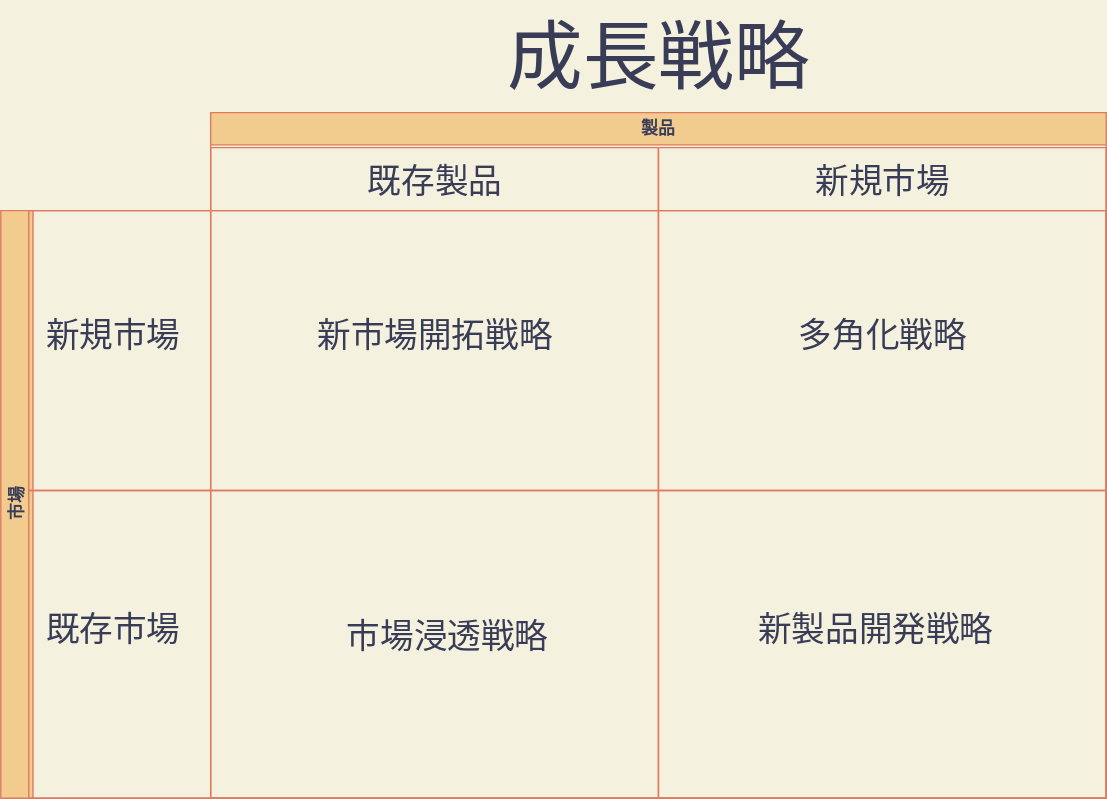
This is docs/images/Ansoff.drawio.svg from k2works/case-sutudy-business-analysis, a draw.io export, as it was before one commit. Source tidied: cells renumbered, new cells last; positions are measured from the earlier drawing's top-left corner, leaving out a move shared by most shapes.
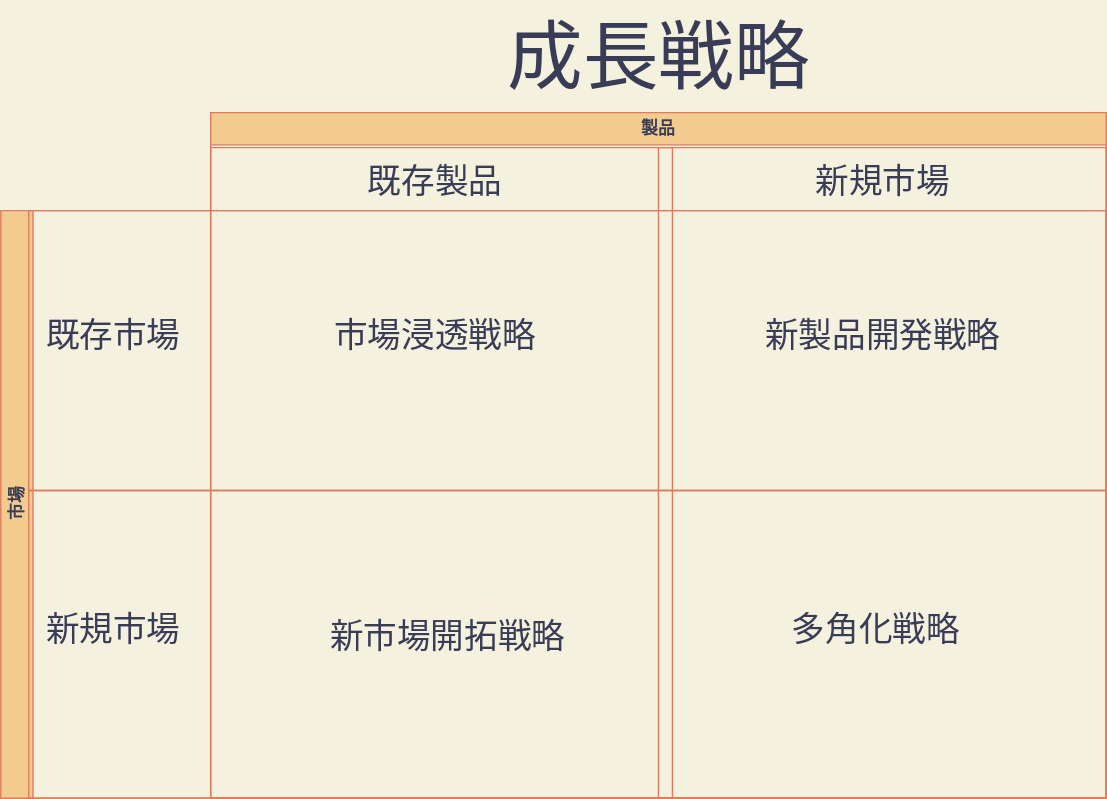
The same diagram one commit later.

What changed in the source:
```diff
@@ -17,35 +17,35 @@
     <mxCell id="6" style="swimlane;startSize=0;fillColor=#F2CC8F;strokeColor=#E07A5F;fontColor=#393C56;" parent="5" vertex="1">
       <mxGeometry x="20" width="770" height="200" as="geometry" />
     </mxCell>
-    <mxCell id="7" value="新規市場" style="text;html=1;align=center;verticalAlign=middle;strokeColor=none;fillColor=none;fontSize=24;fontColor=#393C56;" parent="6" vertex="1">
+    <mxCell id="7" value="既存市場" style="text;html=1;align=center;verticalAlign=middle;strokeColor=none;fillColor=none;fontSize=24;fontColor=#393C56;" parent="6" vertex="1">
       <mxGeometry y="70" width="120" height="40" as="geometry" />
     </mxCell>
-    <mxCell id="8" value="多角化戦略" style="text;html=1;align=center;verticalAlign=middle;strokeColor=none;fillColor=none;fontSize=24;fontColor=#393C56;" parent="6" vertex="1">
-      <mxGeometry x="540" y="70" width="140" height="40" as="geometry" />
+    <mxCell id="8" value="新製品開発戦略" style="text;html=1;align=center;verticalAlign=middle;strokeColor=none;fillColor=none;fontSize=24;fontColor=#393C56;" parent="6" vertex="1">
+      <mxGeometry x="515" y="70" width="190" height="40" as="geometry" />
     </mxCell>
     <mxCell id="9" style="swimlane;startSize=0;fillColor=#F2CC8F;strokeColor=#E07A5F;fontColor=#393C56;" parent="5" vertex="1">
       <mxGeometry x="20" y="200" width="770" height="220" as="geometry" />
     </mxCell>
-    <mxCell id="10" value="既存市場" style="text;html=1;align=center;verticalAlign=middle;strokeColor=none;fillColor=none;fontSize=24;fontColor=#393C56;" parent="9" vertex="1">
+    <mxCell id="10" value="新規市場" style="text;html=1;align=center;verticalAlign=middle;strokeColor=none;fillColor=none;fontSize=24;fontColor=#393C56;" parent="9" vertex="1">
       <mxGeometry y="80" width="120" height="40" as="geometry" />
     </mxCell>
-    <mxCell id="11" value="新製品開発戦略" style="text;html=1;align=center;verticalAlign=middle;strokeColor=none;fillColor=none;fontSize=24;fontColor=#393C56;" parent="9" vertex="1">
-      <mxGeometry x="510" y="80" width="190" height="40" as="geometry" />
+    <mxCell id="11" value="多角化戦略" style="text;html=1;align=center;verticalAlign=middle;strokeColor=none;fillColor=none;fontSize=24;fontColor=#393C56;" parent="9" vertex="1">
+      <mxGeometry x="535" y="80" width="140" height="40" as="geometry" />
     </mxCell>
     <mxCell id="12" value="成長戦略" style="text;html=1;align=center;verticalAlign=middle;strokeColor=none;fillColor=none;fontSize=54;fontColor=#393C56;" parent="1" vertex="1">
       <mxGeometry x="350" width="240" height="80" as="geometry" />
     </mxCell>
     <mxCell id="13" style="swimlane;startSize=0;fillColor=#F2CC8F;strokeColor=#E07A5F;fontColor=#393C56;" parent="1" vertex="1">
-      <mxGeometry x="150" y="105" width="320" height="465" as="geometry" />
+      <mxGeometry x="150" y="105" width="330" height="465" as="geometry" />
     </mxCell>
     <mxCell id="14" value="既存製品" style="text;html=1;align=center;verticalAlign=middle;strokeColor=none;fillColor=none;fontSize=24;fontColor=#393C56;" parent="13" vertex="1">
       <mxGeometry x="100" y="5" width="120" height="40" as="geometry" />
     </mxCell>
-    <mxCell id="15" value="新市場開拓戦略" style="text;html=1;align=center;verticalAlign=middle;strokeColor=none;fillColor=none;fontSize=24;fontColor=#393C56;" parent="13" vertex="1">
-      <mxGeometry x="65" y="115" width="190" height="40" as="geometry" />
+    <mxCell id="15" value="市場浸透戦略" style="text;html=1;align=center;verticalAlign=middle;strokeColor=none;fillColor=none;fontSize=24;fontColor=#393C56;" parent="13" vertex="1">
+      <mxGeometry x="75" y="115" width="170" height="40" as="geometry" />
     </mxCell>
-    <mxCell id="16" value="市場浸透戦略" style="text;html=1;align=center;verticalAlign=middle;strokeColor=none;fillColor=none;fontSize=24;fontColor=#393C56;" parent="13" vertex="1">
-      <mxGeometry x="84" y="330" width="170" height="40" as="geometry" />
+    <mxCell id="16" value="新市場開拓戦略" style="text;html=1;align=center;verticalAlign=middle;strokeColor=none;fillColor=none;fontSize=24;fontColor=#393C56;" parent="13" vertex="1">
+      <mxGeometry x="74" y="330" width="190" height="40" as="geometry" />
     </mxCell>
   </root>
 </mxGraphModel>
```
